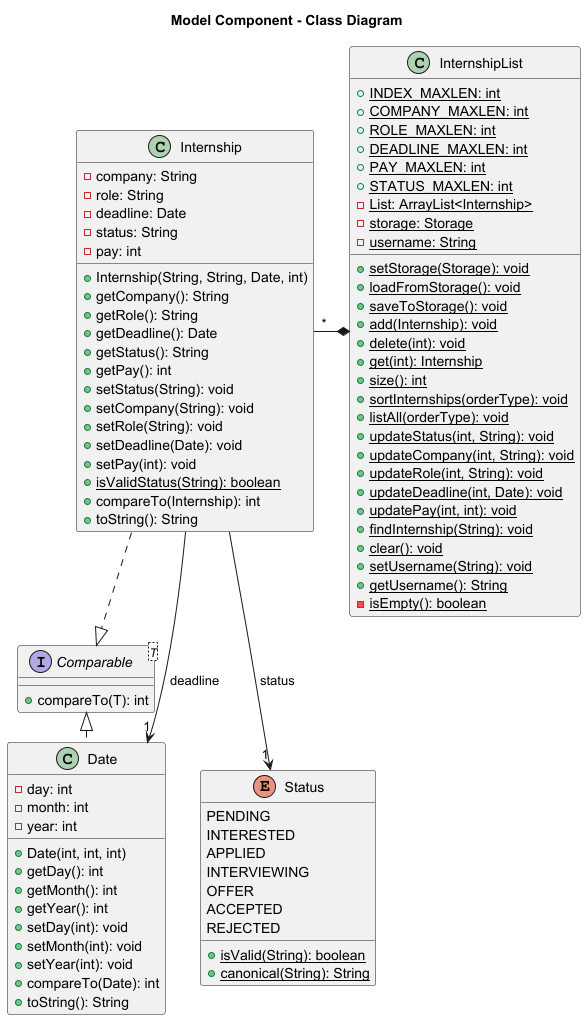
Above: docs/diagrams/ModelComponentCD.png in BenyAlbatross/tp (PlantUML), before the change.
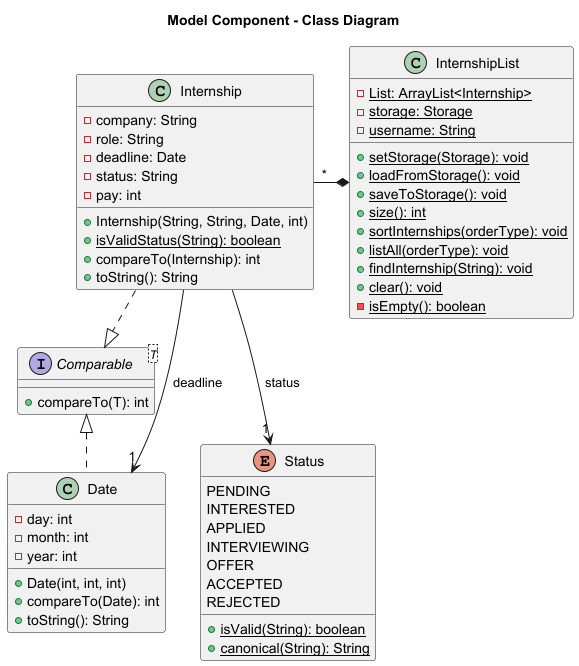
The same diagram one commit later.

Commit message:
remove trivial methods from Model component CD

What changed in the source:
```diff
@@ -2,33 +2,17 @@
 title Model Component - Class Diagram
 
 class InternshipList {
-  + {static} INDEX_MAXLEN: int
-  + {static} COMPANY_MAXLEN: int
-  + {static} ROLE_MAXLEN: int
-  + {static} DEADLINE_MAXLEN: int
-  + {static} PAY_MAXLEN: int
-  + {static} STATUS_MAXLEN: int
   - {static} List: ArrayList<Internship>
   - {static} storage: Storage
   - {static} username: String
   + {static} setStorage(Storage): void
   + {static} loadFromStorage(): void
   + {static} saveToStorage(): void
-  + {static} add(Internship): void
-  + {static} delete(int): void
-  + {static} get(int): Internship
   + {static} size(): int
   + {static} sortInternships(orderType): void
   + {static} listAll(orderType): void
-  + {static} updateStatus(int, String): void
-  + {static} updateCompany(int, String): void
-  + {static} updateRole(int, String): void
-  + {static} updateDeadline(int, Date): void
-  + {static} updatePay(int, int): void
   + {static} findInternship(String): void
   + {static} clear(): void
-  + {static} setUsername(String): void
-  + {static} getUsername(): String
   - {static} isEmpty(): boolean
 }
 
@@ -43,16 +27,6 @@
   - status: String
   - pay: int
   + Internship(String, String, Date, int)
-  + getCompany(): String
-  + getRole(): String
-  + getDeadline(): Date
-  + getStatus(): String
-  + getPay(): int
-  + setStatus(String): void
-  + setCompany(String): void
-  + setRole(String): void
-  + setDeadline(Date): void
-  + setPay(int): void
   + {static} isValidStatus(String): boolean
   + compareTo(Internship): int
   + toString(): String
@@ -63,12 +37,6 @@
   - month: int
   - year: int
   + Date(int, int, int)
-  + getDay(): int
-  + getMonth(): int
-  + getYear(): int
-  + setDay(int): void
-  + setMonth(int): void
-  + setYear(int): void
   + compareTo(Date): int
   + toString(): String
 }
```
